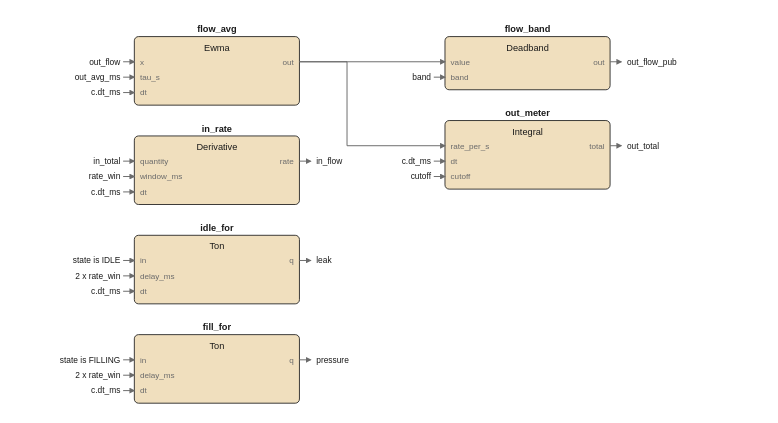
Above: images/logic/irr_meters_fbd.drawio.svg in pstch/botanik2 (draw.io), before the change. Source tidied: cells renumbered, new cells last; positions are measured from the earlier drawing's top-left corner, leaving out a move shared by most shapes.
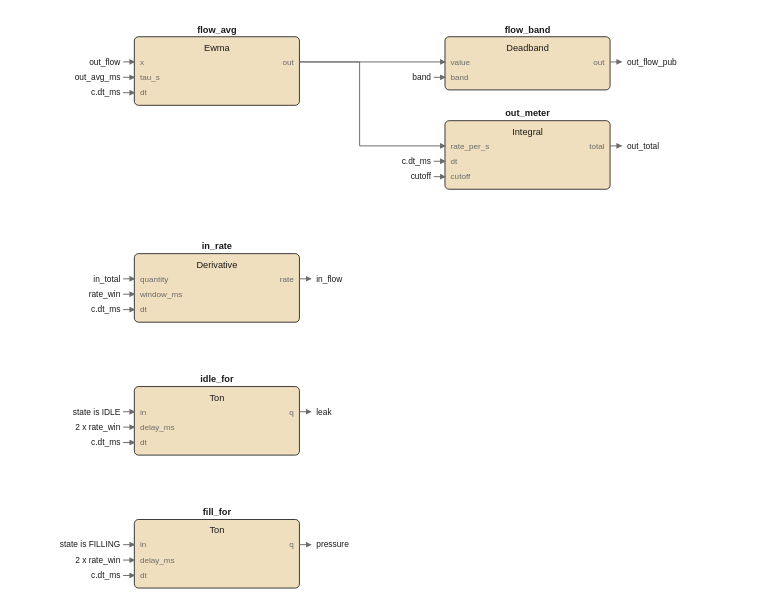
After the commit.

What changed in the source:
```diff
@@ -24,115 +24,111 @@
       <mxGeometry x="124" y="24.2" width="40" height="9.8" as="geometry" />
     </mxCell>
     <mxCell id="9" style="rounded=1;fillColor=#f0dfbe;strokeColor=#1a1a1a;whiteSpace=wrap;html=1;fontSize=8;" parent="1" vertex="1">
-      <mxGeometry x="10" y="81" width="118" height="49" as="geometry" />
+      <mxGeometry x="232" y="10" width="118" height="38" as="geometry" />
     </mxCell>
-    <mxCell id="10" value="in_rate" style="text;html=1;fontSize=6;fontColor=#1a1a1a;align=center;fontStyle=1;" parent="1" vertex="1">
-      <mxGeometry x="69" y="71.4" width="40" height="10.6" as="geometry" />
+    <mxCell id="10" value="flow_band" style="text;html=1;fontSize=6;fontColor=#1a1a1a;align=center;fontStyle=1;" parent="1" vertex="1">
+      <mxGeometry x="291" y="0.4" width="45" height="10.6" as="geometry" />
     </mxCell>
-    <mxCell id="11" value="Derivative" style="text;html=1;fontSize=6;fontColor=#1a1a1a;align=center;" parent="1" vertex="1">
-      <mxGeometry x="69" y="84.4" width="50" height="10.6" as="geometry" />
+    <mxCell id="11" value="Deadband" style="text;html=1;fontSize=6;fontColor=#1a1a1a;align=center;" parent="1" vertex="1">
+      <mxGeometry x="291" y="13.4" width="40" height="10.6" as="geometry" />
     </mxCell>
-    <mxCell id="12" value="quantity" style="text;html=1;fontSize=5;fontColor=#6b6b6b;align=left;" parent="1" vertex="1">
-      <mxGeometry x="14" y="95.2" width="40" height="9.8" as="geometry" />
+    <mxCell id="12" value="value" style="text;html=1;fontSize=5;fontColor=#6b6b6b;align=left;" parent="1" vertex="1">
+      <mxGeometry x="236" y="24.2" width="40" height="9.8" as="geometry" />
     </mxCell>
-    <mxCell id="13" value="window_ms" style="text;html=1;fontSize=5;fontColor=#6b6b6b;align=left;" parent="1" vertex="1">
-      <mxGeometry x="14" y="106.2" width="45" height="9.8" as="geometry" />
+    <mxCell id="13" value="band" style="text;html=1;fontSize=5;fontColor=#6b6b6b;align=left;" parent="1" vertex="1">
+      <mxGeometry x="236" y="35.2" width="40" height="9.8" as="geometry" />
     </mxCell>
-    <mxCell id="14" value="dt" style="text;html=1;fontSize=5;fontColor=#6b6b6b;align=left;" parent="1" vertex="1">
-      <mxGeometry x="14" y="117.2" width="40" height="9.8" as="geometry" />
+    <mxCell id="14" value="out" style="text;html=1;fontSize=5;fontColor=#6b6b6b;align=left;" parent="1" vertex="1">
+      <mxGeometry x="346" y="24.2" width="40" height="9.8" as="geometry" />
     </mxCell>
-    <mxCell id="15" value="rate" style="text;html=1;fontSize=5;fontColor=#6b6b6b;align=left;" parent="1" vertex="1">
-      <mxGeometry x="124" y="95.2" width="40" height="9.8" as="geometry" />
+    <mxCell id="15" style="rounded=1;fillColor=#f0dfbe;strokeColor=#1a1a1a;whiteSpace=wrap;html=1;fontSize=8;" parent="1" vertex="1">
+      <mxGeometry x="232" y="70" width="118" height="49" as="geometry" />
     </mxCell>
-    <mxCell id="16" style="rounded=1;fillColor=#f0dfbe;strokeColor=#1a1a1a;whiteSpace=wrap;html=1;fontSize=8;" parent="1" vertex="1">
-      <mxGeometry x="10" y="152" width="118" height="49" as="geometry" />
+    <mxCell id="16" value="out_meter" style="text;html=1;fontSize=6;fontColor=#1a1a1a;align=center;fontStyle=1;" parent="1" vertex="1">
+      <mxGeometry x="291" y="60.4" width="45" height="10.6" as="geometry" />
     </mxCell>
-    <mxCell id="17" value="idle_for" style="text;html=1;fontSize=6;fontColor=#1a1a1a;align=center;fontStyle=1;" parent="1" vertex="1">
-      <mxGeometry x="69" y="142.4" width="40" height="10.6" as="geometry" />
+    <mxCell id="17" value="Integral" style="text;html=1;fontSize=6;fontColor=#1a1a1a;align=center;" parent="1" vertex="1">
+      <mxGeometry x="291" y="73.4" width="40" height="10.6" as="geometry" />
     </mxCell>
-    <mxCell id="18" value="Ton" style="text;html=1;fontSize=6;fontColor=#1a1a1a;align=center;" parent="1" vertex="1">
-      <mxGeometry x="69" y="155.4" width="40" height="10.6" as="geometry" />
+    <mxCell id="18" value="rate_per_s" style="text;html=1;fontSize=5;fontColor=#6b6b6b;align=left;" parent="1" vertex="1">
+      <mxGeometry x="236" y="84.2" width="50" height="9.8" as="geometry" />
     </mxCell>
-    <mxCell id="19" value="in" style="text;html=1;fontSize=5;fontColor=#6b6b6b;align=left;" parent="1" vertex="1">
-      <mxGeometry x="14" y="166.2" width="40" height="9.8" as="geometry" />
+    <mxCell id="19" value="dt" style="text;html=1;fontSize=5;fontColor=#6b6b6b;align=left;" parent="1" vertex="1">
+      <mxGeometry x="236" y="95.2" width="40" height="9.8" as="geometry" />
     </mxCell>
-    <mxCell id="20" value="delay_ms" style="text;html=1;fontSize=5;fontColor=#6b6b6b;align=left;" parent="1" vertex="1">
-      <mxGeometry x="14" y="177.2" width="40" height="9.8" as="geometry" />
+    <mxCell id="20" value="cutoff" style="text;html=1;fontSize=5;fontColor=#6b6b6b;align=left;" parent="1" vertex="1">
+      <mxGeometry x="236" y="106.2" width="40" height="9.8" as="geometry" />
     </mxCell>
-    <mxCell id="21" value="dt" style="text;html=1;fontSize=5;fontColor=#6b6b6b;align=left;" parent="1" vertex="1">
-      <mxGeometry x="14" y="188.2" width="40" height="9.8" as="geometry" />
+    <mxCell id="21" value="total" style="text;html=1;fontSize=5;fontColor=#6b6b6b;align=left;" parent="1" vertex="1">
+      <mxGeometry x="346" y="84.2" width="40" height="9.8" as="geometry" />
     </mxCell>
-    <mxCell id="22" value="q" style="text;html=1;fontSize=5;fontColor=#6b6b6b;align=left;" parent="1" vertex="1">
-      <mxGeometry x="124" y="166.2" width="40" height="9.8" as="geometry" />
+    <mxCell id="22" style="rounded=1;fillColor=#f0dfbe;strokeColor=#1a1a1a;whiteSpace=wrap;html=1;fontSize=8;" parent="1" vertex="1">
+      <mxGeometry x="10" y="165" width="118" height="49" as="geometry" />
     </mxCell>
-    <mxCell id="23" style="rounded=1;fillColor=#f0dfbe;strokeColor=#1a1a1a;whiteSpace=wrap;html=1;fontSize=8;" parent="1" vertex="1">
-      <mxGeometry x="10" y="223" width="118" height="49" as="geometry" />
+    <mxCell id="23" value="in_rate" style="text;html=1;fontSize=6;fontColor=#1a1a1a;align=center;fontStyle=1;" parent="1" vertex="1">
+      <mxGeometry x="69" y="155.4" width="40" height="10.6" as="geometry" />
     </mxCell>
-    <mxCell id="24" value="fill_for" style="text;html=1;fontSize=6;fontColor=#1a1a1a;align=center;fontStyle=1;" parent="1" vertex="1">
-      <mxGeometry x="69" y="213.4" width="40" height="10.6" as="geometry" />
+    <mxCell id="24" value="Derivative" style="text;html=1;fontSize=6;fontColor=#1a1a1a;align=center;" parent="1" vertex="1">
+      <mxGeometry x="69" y="168.4" width="50" height="10.6" as="geometry" />
     </mxCell>
-    <mxCell id="25" value="Ton" style="text;html=1;fontSize=6;fontColor=#1a1a1a;align=center;" parent="1" vertex="1">
-      <mxGeometry x="69" y="226.4" width="40" height="10.6" as="geometry" />
+    <mxCell id="25" value="quantity" style="text;html=1;fontSize=5;fontColor=#6b6b6b;align=left;" parent="1" vertex="1">
+      <mxGeometry x="14" y="179.2" width="40" height="9.8" as="geometry" />
     </mxCell>
-    <mxCell id="26" value="in" style="text;html=1;fontSize=5;fontColor=#6b6b6b;align=left;" parent="1" vertex="1">
-      <mxGeometry x="14" y="237.2" width="40" height="9.8" as="geometry" />
+    <mxCell id="26" value="window_ms" style="text;html=1;fontSize=5;fontColor=#6b6b6b;align=left;" parent="1" vertex="1">
+      <mxGeometry x="14" y="190.2" width="45" height="9.8" as="geometry" />
     </mxCell>
-    <mxCell id="27" value="delay_ms" style="text;html=1;fontSize=5;fontColor=#6b6b6b;align=left;" parent="1" vertex="1">
-      <mxGeometry x="14" y="248.2" width="40" height="9.8" as="geometry" />
+    <mxCell id="27" value="dt" style="text;html=1;fontSize=5;fontColor=#6b6b6b;align=left;" parent="1" vertex="1">
+      <mxGeometry x="14" y="201.2" width="40" height="9.8" as="geometry" />
     </mxCell>
-    <mxCell id="28" value="dt" style="text;html=1;fontSize=5;fontColor=#6b6b6b;align=left;" parent="1" vertex="1">
-      <mxGeometry x="14" y="259.2" width="40" height="9.8" as="geometry" />
+    <mxCell id="28" value="rate" style="text;html=1;fontSize=5;fontColor=#6b6b6b;align=left;" parent="1" vertex="1">
+      <mxGeometry x="124" y="179.2" width="40" height="9.8" as="geometry" />
     </mxCell>
-    <mxCell id="29" value="q" style="text;html=1;fontSize=5;fontColor=#6b6b6b;align=left;" parent="1" vertex="1">
-      <mxGeometry x="124" y="237.2" width="40" height="9.8" as="geometry" />
+    <mxCell id="29" style="rounded=1;fillColor=#f0dfbe;strokeColor=#1a1a1a;whiteSpace=wrap;html=1;fontSize=8;" parent="1" vertex="1">
+      <mxGeometry x="10" y="260" width="118" height="49" as="geometry" />
     </mxCell>
-    <mxCell id="30" style="rounded=1;fillColor=#f0dfbe;strokeColor=#1a1a1a;whiteSpace=wrap;html=1;fontSize=8;" parent="1" vertex="1">
-      <mxGeometry x="232" y="10" width="118" height="38" as="geometry" />
+    <mxCell id="30" value="idle_for" style="text;html=1;fontSize=6;fontColor=#1a1a1a;align=center;fontStyle=1;" parent="1" vertex="1">
+      <mxGeometry x="69" y="250.4" width="40" height="10.6" as="geometry" />
     </mxCell>
-    <mxCell id="31" value="flow_band" style="text;html=1;fontSize=6;fontColor=#1a1a1a;align=center;fontStyle=1;" parent="1" vertex="1">
-      <mxGeometry x="291" y="0.4" width="45" height="10.6" as="geometry" />
+    <mxCell id="31" value="Ton" style="text;html=1;fontSize=6;fontColor=#1a1a1a;align=center;" parent="1" vertex="1">
+      <mxGeometry x="69" y="263.4" width="40" height="10.6" as="geometry" />
     </mxCell>
-    <mxCell id="32" value="Deadband" style="text;html=1;fontSize=6;fontColor=#1a1a1a;align=center;" parent="1" vertex="1">
-      <mxGeometry x="291" y="13.4" width="40" height="10.6" as="geometry" />
+    <mxCell id="32" value="in" style="text;html=1;fontSize=5;fontColor=#6b6b6b;align=left;" parent="1" vertex="1">
+      <mxGeometry x="14" y="274.2" width="40" height="9.8" as="geometry" />
     </mxCell>
-    <mxCell id="33" value="value" style="text;html=1;fontSize=5;fontColor=#6b6b6b;align=left;" parent="1" vertex="1">
-      <mxGeometry x="236" y="24.2" width="40" height="9.8" as="geometry" />
+    <mxCell id="33" value="delay_ms" style="text;html=1;fontSize=5;fontColor=#6b6b6b;align=left;" parent="1" vertex="1">
+      <mxGeometry x="14" y="285.2" width="40" height="9.8" as="geometry" />
     </mxCell>
-    <mxCell id="34" value="band" style="text;html=1;fontSize=5;fontColor=#6b6b6b;align=left;" parent="1" vertex="1">
-      <mxGeometry x="236" y="35.2" width="40" height="9.8" as="geometry" />
+    <mxCell id="34" value="dt" style="text;html=1;fontSize=5;fontColor=#6b6b6b;align=left;" parent="1" vertex="1">
+      <mxGeometry x="14" y="296.2" width="40" height="9.8" as="geometry" />
     </mxCell>
-    <mxCell id="35" value="out" style="text;html=1;fontSize=5;fontColor=#6b6b6b;align=left;" parent="1" vertex="1">
-      <mxGeometry x="346" y="24.2" width="40" height="9.8" as="geometry" />
+    <mxCell id="35" value="q" style="text;html=1;fontSize=5;fontColor=#6b6b6b;align=left;" parent="1" vertex="1">
+      <mxGeometry x="124" y="274.2" width="40" height="9.8" as="geometry" />
     </mxCell>
     <mxCell id="36" style="rounded=1;fillColor=#f0dfbe;strokeColor=#1a1a1a;whiteSpace=wrap;html=1;fontSize=8;" parent="1" vertex="1">
-      <mxGeometry x="232" y="70" width="118" height="49" as="geometry" />
+      <mxGeometry x="10" y="355" width="118" height="49" as="geometry" />
     </mxCell>
-    <mxCell id="37" value="out_meter" style="text;html=1;fontSize=6;fontColor=#1a1a1a;align=center;fontStyle=1;" parent="1" vertex="1">
-      <mxGeometry x="291" y="60.4" width="45" height="10.6" as="geometry" />
+    <mxCell id="37" value="fill_for" style="text;html=1;fontSize=6;fontColor=#1a1a1a;align=center;fontStyle=1;" parent="1" vertex="1">
+      <mxGeometry x="69" y="345.4" width="40" height="10.6" as="geometry" />
     </mxCell>
-    <mxCell id="38" value="Integral" style="text;html=1;fontSize=6;fontColor=#1a1a1a;align=center;" parent="1" vertex="1">
-      <mxGeometry x="291" y="73.4" width="40" height="10.6" as="geometry" />
+    <mxCell id="38" value="Ton" style="text;html=1;fontSize=6;fontColor=#1a1a1a;align=center;" parent="1" vertex="1">
+      <mxGeometry x="69" y="358.4" width="40" height="10.6" as="geometry" />
     </mxCell>
-    <mxCell id="39" value="rate_per_s" style="text;html=1;fontSize=5;fontColor=#6b6b6b;align=left;" parent="1" vertex="1">
-      <mxGeometry x="236" y="84.2" width="50" height="9.8" as="geometry" />
+    <mxCell id="39" value="in" style="text;html=1;fontSize=5;fontColor=#6b6b6b;align=left;" parent="1" vertex="1">
+      <mxGeometry x="14" y="369.2" width="40" height="9.8" as="geometry" />
     </mxCell>
-    <mxCell id="40" value="dt" style="text;html=1;fontSize=5;fontColor=#6b6b6b;align=left;" parent="1" vertex="1">
-      <mxGeometry x="236" y="95.2" width="40" height="9.8" as="geometry" />
+    <mxCell id="40" value="delay_ms" style="text;html=1;fontSize=5;fontColor=#6b6b6b;align=left;" parent="1" vertex="1">
+      <mxGeometry x="14" y="380.2" width="40" height="9.8" as="geometry" />
     </mxCell>
-    <mxCell id="41" value="cutoff" style="text;html=1;fontSize=5;fontColor=#6b6b6b;align=left;" parent="1" vertex="1">
-      <mxGeometry x="236" y="106.2" width="40" height="9.8" as="geometry" />
+    <mxCell id="41" value="dt" style="text;html=1;fontSize=5;fontColor=#6b6b6b;align=left;" parent="1" vertex="1">
+      <mxGeometry x="14" y="391.2" width="40" height="9.8" as="geometry" />
     </mxCell>
-    <mxCell id="42" value="total" style="text;html=1;fontSize=5;fontColor=#6b6b6b;align=left;" parent="1" vertex="1">
-      <mxGeometry x="346" y="84.2" width="40" height="9.8" as="geometry" />
+    <mxCell id="42" value="q" style="text;html=1;fontSize=5;fontColor=#6b6b6b;align=left;" parent="1" vertex="1">
+      <mxGeometry x="124" y="369.2" width="40" height="9.8" as="geometry" />
     </mxCell>
     <mxCell id="43" style="edgeStyle=none;html=1;strokeColor=#6b6b6b;endArrow=block;" parent="1" edge="1">
       <mxGeometry relative="1" as="geometry">
         <mxPoint x="128" y="28" as="sourcePoint" />
         <mxPoint x="232" y="28" as="targetPoint" />
-        <Array as="points">
-          <mxPoint x="162" y="28" />
-          <mxPoint x="162" y="28" />
-        </Array>
       </mxGeometry>
     </mxCell>
     <mxCell id="44" style="edgeStyle=none;html=1;strokeColor=#6b6b6b;endArrow=block;" parent="1" edge="1">
@@ -140,8 +136,8 @@
         <mxPoint x="128" y="28" as="sourcePoint" />
         <mxPoint x="232" y="88" as="targetPoint" />
         <Array as="points">
-          <mxPoint x="162" y="28" />
-          <mxPoint x="162" y="88" />
+          <mxPoint x="171" y="28" />
+          <mxPoint x="171" y="88" />
         </Array>
       </mxGeometry>
     </mxCell>
@@ -200,84 +196,84 @@
       </mxGeometry>
     </mxCell>
     <mxCell id="57" value="in_total" style="text;html=1;fontSize=6;fontColor=#1a1a1a;align=left;" parent="1" vertex="1">
-      <mxGeometry y="95" width="40" height="10" as="geometry" />
+      <mxGeometry y="179" width="40" height="10" as="geometry" />
     </mxCell>
     <mxCell id="58" style="edgeStyle=none;html=1;strokeColor=#6b6b6b;endArrow=block;" parent="1" edge="1">
       <mxGeometry relative="1" as="geometry">
-        <mxPoint x="2" y="99" as="sourcePoint" />
-        <mxPoint x="10" y="99" as="targetPoint" />
+        <mxPoint x="2" y="183" as="sourcePoint" />
+        <mxPoint x="10" y="183" as="targetPoint" />
       </mxGeometry>
     </mxCell>
     <mxCell id="59" value="rate_win" style="text;html=1;fontSize=6;fontColor=#1a1a1a;align=left;" parent="1" vertex="1">
-      <mxGeometry y="106" width="40" height="10" as="geometry" />
+      <mxGeometry y="190" width="40" height="10" as="geometry" />
     </mxCell>
     <mxCell id="60" style="edgeStyle=none;html=1;strokeColor=#6b6b6b;endArrow=block;" parent="1" edge="1">
       <mxGeometry relative="1" as="geometry">
-        <mxPoint x="2" y="110" as="sourcePoint" />
-        <mxPoint x="10" y="110" as="targetPoint" />
+        <mxPoint x="2" y="194" as="sourcePoint" />
+        <mxPoint x="10" y="194" as="targetPoint" />
       </mxGeometry>
     </mxCell>
     <mxCell id="61" value="c.dt_ms" style="text;html=1;fontSize=6;fontColor=#1a1a1a;align=left;" parent="1" vertex="1">
-      <mxGeometry y="117" width="40" height="10" as="geometry" />
+      <mxGeometry y="201" width="40" height="10" as="geometry" />
     </mxCell>
     <mxCell id="62" style="edgeStyle=none;html=1;strokeColor=#6b6b6b;endArrow=block;" parent="1" edge="1">
       <mxGeometry relative="1" as="geometry">
-        <mxPoint x="2" y="121" as="sourcePoint" />
-        <mxPoint x="10" y="121" as="targetPoint" />
+        <mxPoint x="2" y="205" as="sourcePoint" />
+        <mxPoint x="10" y="205" as="targetPoint" />
       </mxGeometry>
     </mxCell>
     <mxCell id="63" value="state is IDLE" style="text;html=1;fontSize=6;fontColor=#1a1a1a;align=left;" parent="1" vertex="1">
-      <mxGeometry y="166" width="65" height="10" as="geometry" />
+      <mxGeometry y="274" width="65" height="10" as="geometry" />
     </mxCell>
     <mxCell id="64" style="edgeStyle=none;html=1;strokeColor=#6b6b6b;endArrow=block;" parent="1" edge="1">
       <mxGeometry relative="1" as="geometry">
-        <mxPoint x="2" y="170" as="sourcePoint" />
-        <mxPoint x="10" y="170" as="targetPoint" />
+        <mxPoint x="2" y="278" as="sourcePoint" />
+        <mxPoint x="10" y="278" as="targetPoint" />
       </mxGeometry>
     </mxCell>
     <mxCell id="65" value="2 x rate_win" style="text;html=1;fontSize=6;fontColor=#1a1a1a;align=left;" parent="1" vertex="1">
-      <mxGeometry y="177" width="60" height="10" as="geometry" />
+      <mxGeometry y="285" width="60" height="10" as="geometry" />
     </mxCell>
     <mxCell id="66" style="edgeStyle=none;html=1;strokeColor=#6b6b6b;endArrow=block;" parent="1" edge="1">
       <mxGeometry relative="1" as="geometry">
-        <mxPoint x="2" y="181" as="sourcePoint" />
-        <mxPoint x="10" y="181" as="targetPoint" />
+        <mxPoint x="2" y="289" as="sourcePoint" />
+        <mxPoint x="10" y="289" as="targetPoint" />
       </mxGeometry>
     </mxCell>
     <mxCell id="67" value="c.dt_ms" style="text;html=1;fontSize=6;fontColor=#1a1a1a;align=left;" parent="1" vertex="1">
-      <mxGeometry y="188" width="40" height="10" as="geometry" />
+      <mxGeometry y="296" width="40" height="10" as="geometry" />
     </mxCell>
     <mxCell id="68" style="edgeStyle=none;html=1;strokeColor=#6b6b6b;endArrow=block;" parent="1" edge="1">
       <mxGeometry relative="1" as="geometry">
-        <mxPoint x="2" y="192" as="sourcePoint" />
-        <mxPoint x="10" y="192" as="targetPoint" />
+        <mxPoint x="2" y="300" as="sourcePoint" />
+        <mxPoint x="10" y="300" as="targetPoint" />
       </mxGeometry>
     </mxCell>
     <mxCell id="69" value="state is FILLING" style="text;html=1;fontSize=6;fontColor=#1a1a1a;align=left;" parent="1" vertex="1">
-      <mxGeometry y="237" width="80" height="10" as="geometry" />
+      <mxGeometry y="369" width="80" height="10" as="geometry" />
     </mxCell>
     <mxCell id="70" style="edgeStyle=none;html=1;strokeColor=#6b6b6b;endArrow=block;" parent="1" edge="1">
       <mxGeometry relative="1" as="geometry">
-        <mxPoint x="2" y="241" as="sourcePoint" />
-        <mxPoint x="10" y="241" as="targetPoint" />
+        <mxPoint x="2" y="373" as="sourcePoint" />
+        <mxPoint x="10" y="373" as="targetPoint" />
       </mxGeometry>
     </mxCell>
     <mxCell id="71" value="2 x rate_win" style="text;html=1;fontSize=6;fontColor=#1a1a1a;align=left;" parent="1" vertex="1">
-      <mxGeometry y="248" width="60" height="10" as="geometry" />
+      <mxGeometry y="380" width="60" height="10" as="geometry" />
     </mxCell>
     <mxCell id="72" style="edgeStyle=none;html=1;strokeColor=#6b6b6b;endArrow=block;" parent="1" edge="1">
       <mxGeometry relative="1" as="geometry">
-        <mxPoint x="2" y="252" as="sourcePoint" />
-        <mxPoint x="10" y="252" as="targetPoint" />
+        <mxPoint x="2" y="384" as="sourcePoint" />
+        <mxPoint x="10" y="384" as="targetPoint" />
       </mxGeometry>
     </mxCell>
     <mxCell id="73" value="c.dt_ms" style="text;html=1;fontSize=6;fontColor=#1a1a1a;align=left;" parent="1" vertex="1">
-      <mxGeometry y="259" width="40" height="10" as="geometry" />
+      <mxGeometry y="391" width="40" height="10" as="geometry" />
     </mxCell>
     <mxCell id="74" style="edgeStyle=none;html=1;strokeColor=#6b6b6b;endArrow=block;" parent="1" edge="1">
       <mxGeometry relative="1" as="geometry">
-        <mxPoint x="2" y="263" as="sourcePoint" />
-        <mxPoint x="10" y="263" as="targetPoint" />
+        <mxPoint x="2" y="395" as="sourcePoint" />
+        <mxPoint x="10" y="395" as="targetPoint" />
       </mxGeometry>
     </mxCell>
     <mxCell id="75" style="edgeStyle=none;html=1;strokeColor=#6b6b6b;endArrow=block;" parent="1" edge="1">
@@ -300,30 +296,30 @@
     </mxCell>
     <mxCell id="79" style="edgeStyle=none;html=1;strokeColor=#6b6b6b;endArrow=block;" parent="1" edge="1">
       <mxGeometry relative="1" as="geometry">
-        <mxPoint x="128" y="99" as="sourcePoint" />
-        <mxPoint x="136" y="99" as="targetPoint" />
+        <mxPoint x="128" y="183" as="sourcePoint" />
+        <mxPoint x="136" y="183" as="targetPoint" />
       </mxGeometry>
     </mxCell>
     <mxCell id="80" value="in_flow" style="text;html=1;fontSize=6;fontColor=#1a1a1a;align=left;" parent="1" vertex="1">
-      <mxGeometry x="140" y="95" width="40" height="10" as="geometry" />
+      <mxGeometry x="140" y="179" width="40" height="10" as="geometry" />
     </mxCell>
     <mxCell id="81" style="edgeStyle=none;html=1;strokeColor=#6b6b6b;endArrow=block;" parent="1" edge="1">
       <mxGeometry relative="1" as="geometry">
-        <mxPoint x="128" y="170" as="sourcePoint" />
-        <mxPoint x="136" y="170" as="targetPoint" />
+        <mxPoint x="128" y="278" as="sourcePoint" />
+        <mxPoint x="136" y="278" as="targetPoint" />
       </mxGeometry>
     </mxCell>
     <mxCell id="82" value="leak" style="text;html=1;fontSize=6;fontColor=#1a1a1a;align=left;" parent="1" vertex="1">
-      <mxGeometry x="140" y="166" width="40" height="10" as="geometry" />
+      <mxGeometry x="140" y="274" width="40" height="10" as="geometry" />
     </mxCell>
     <mxCell id="83" style="edgeStyle=none;html=1;strokeColor=#6b6b6b;endArrow=block;" parent="1" edge="1">
       <mxGeometry relative="1" as="geometry">
-        <mxPoint x="128" y="241" as="sourcePoint" />
-        <mxPoint x="136" y="241" as="targetPoint" />
+        <mxPoint x="128" y="373" as="sourcePoint" />
+        <mxPoint x="136" y="373" as="targetPoint" />
       </mxGeometry>
     </mxCell>
     <mxCell id="84" value="pressure" style="text;html=1;fontSize=6;fontColor=#1a1a1a;align=left;" parent="1" vertex="1">
-      <mxGeometry x="140" y="237" width="40" height="10" as="geometry" />
+      <mxGeometry x="140" y="369" width="40" height="10" as="geometry" />
     </mxCell>
   </root>
 </mxGraphModel>
```
